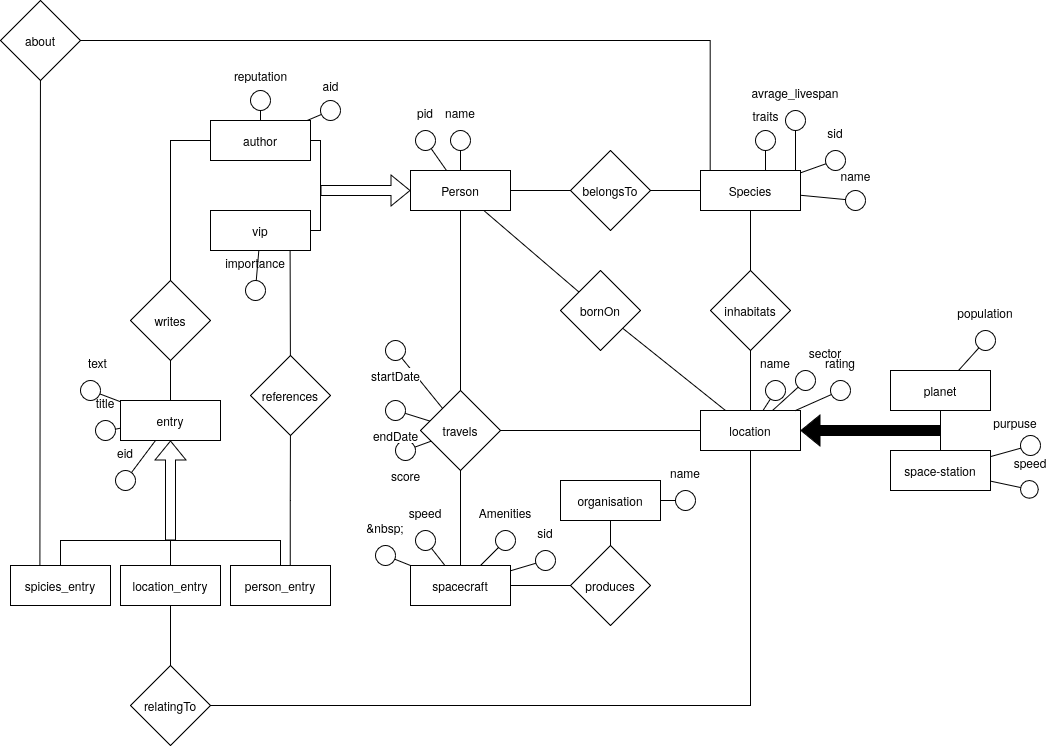
Earlier version of the draw.io export hhgttg-diagramm.drawio.png (MassimiIiano/hhgttg-db). Source tidied: cells renumbered, new cells last; positions are measured from the earlier drawing's top-left corner, leaving out a move shared by most shapes.
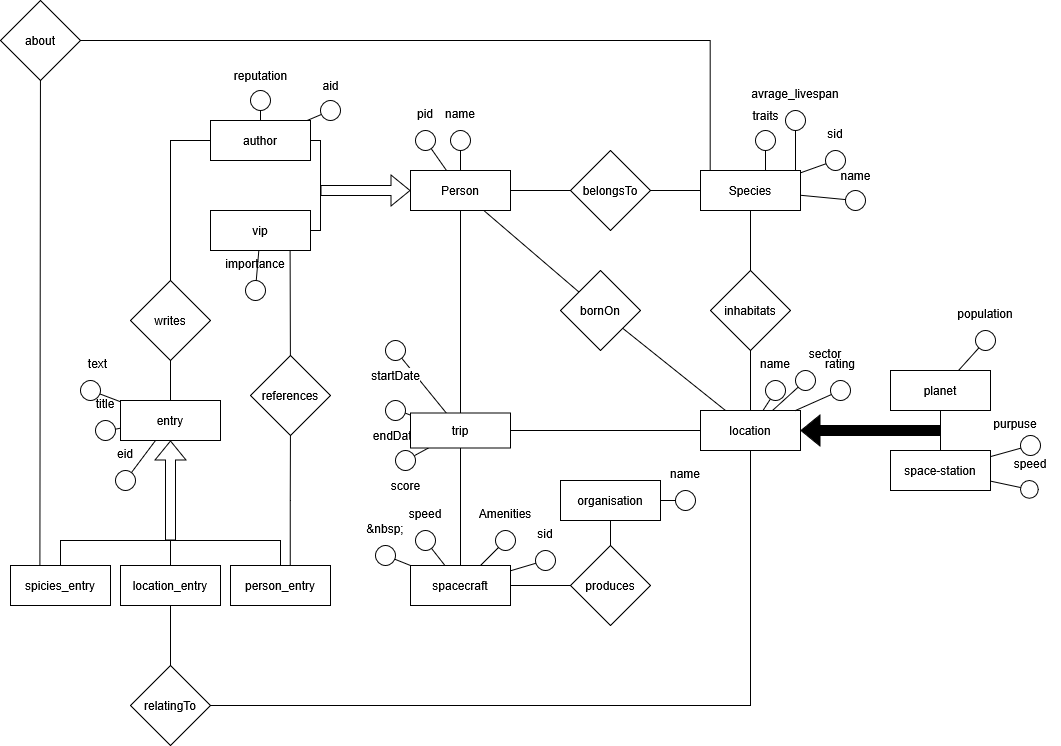
The same diagram one commit later.

Change to the diagram source:
```diff
@@ -13,7 +13,7 @@
     <mxCell id="4" style="edgeStyle=none;rounded=0;jettySize=auto;html=1;strokeColor=default;align=center;verticalAlign=middle;fontFamily=Helvetica;fontSize=12;fontColor=default;labelBackgroundColor=default;endArrow=none;endFill=0;" parent="1" edge="1" source="6" target="37">
       <mxGeometry relative="1" as="geometry" />
     </mxCell>
-    <mxCell id="5" style="edgeStyle=orthogonalEdgeStyle;rounded=0;jettySize=auto;html=1;entryX=0.5;entryY=0;entryDx=0;entryDy=0;endArrow=none;endFill=0;" parent="1" edge="1" source="6" target="51">
+    <mxCell id="5" style="edgeStyle=orthogonalEdgeStyle;rounded=0;jettySize=auto;html=1;endArrow=none;endFill=0;" parent="1" edge="1" source="6" target="135">
       <mxGeometry relative="1" as="geometry" />
     </mxCell>
     <mxCell id="6" value="Person" style="whiteSpace=wrap;html=1;align=center;rounded=0;strokeColor=default;verticalAlign=middle;fontFamily=Helvetica;fontSize=12;fontColor=default;fillColor=default;" parent="1" vertex="1">
@@ -156,19 +156,16 @@
     <mxCell id="47" value="produces" style="rhombus;whiteSpace=wrap;html=1;rounded=0;" parent="1" vertex="1">
       <mxGeometry x="570" y="545" width="80" height="80" as="geometry" />
     </mxCell>
-    <mxCell id="48" style="edgeStyle=none;rounded=0;jettySize=auto;html=1;strokeColor=default;align=center;verticalAlign=middle;fontFamily=Helvetica;fontSize=12;fontColor=default;labelBackgroundColor=default;endArrow=none;endFill=0;" parent="1" edge="1" source="49" target="51">
+    <mxCell id="48" style="edgeStyle=none;rounded=0;jettySize=auto;html=1;strokeColor=default;align=center;verticalAlign=middle;fontFamily=Helvetica;fontSize=12;fontColor=default;labelBackgroundColor=default;endArrow=none;endFill=0;" parent="1" edge="1" source="49" target="135">
       <mxGeometry relative="1" as="geometry" />
     </mxCell>
     <mxCell id="49" value="spacecraft" style="whiteSpace=wrap;html=1;align=center;rounded=0;strokeColor=default;verticalAlign=middle;fontFamily=Helvetica;fontSize=12;fontColor=default;fillColor=default;" parent="1" vertex="1">
       <mxGeometry x="410" y="565" width="100" height="40" as="geometry" />
     </mxCell>
-    <mxCell id="50" style="edgeStyle=orthogonalEdgeStyle;rounded=0;jettySize=auto;html=1;endArrow=none;endFill=0;" parent="1" edge="1" source="51" target="11">
+    <mxCell id="50" style="edgeStyle=orthogonalEdgeStyle;rounded=0;jettySize=auto;html=1;endArrow=none;endFill=0;" parent="1" edge="1" source="135" target="11">
       <mxGeometry relative="1" as="geometry" />
     </mxCell>
-    <mxCell id="51" value="travels" style="rhombus;whiteSpace=wrap;html=1;rounded=0;" parent="1" vertex="1">
-      <mxGeometry x="420" y="390" width="80" height="80" as="geometry" />
-    </mxCell>
-    <mxCell id="52" style="edgeStyle=none;rounded=0;jettySize=auto;html=1;strokeColor=default;align=center;verticalAlign=middle;fontFamily=Helvetica;fontSize=12;fontColor=default;labelBackgroundColor=default;endArrow=none;endFill=0;" parent="1" edge="1" source="129" target="51">
+    <mxCell id="52" style="edgeStyle=none;rounded=0;jettySize=auto;html=1;strokeColor=default;align=center;verticalAlign=middle;fontFamily=Helvetica;fontSize=12;fontColor=default;labelBackgroundColor=default;endArrow=none;endFill=0;" parent="1" edge="1" source="129" target="135">
       <mxGeometry relative="1" as="geometry" />
     </mxCell>
     <mxCell id="53" value="sid" style="group;" parent="1" vertex="1">
@@ -203,7 +200,7 @@
     <mxCell id="62" value="entry" style="whiteSpace=wrap;html=1;align=center;rounded=0;strokeColor=default;verticalAlign=middle;fontFamily=Helvetica;fontSize=12;fontColor=default;fillColor=default;" parent="1" vertex="1">
       <mxGeometry x="120" y="400" width="100" height="40" as="geometry" />
     </mxCell>
-    <mxCell id="63" style="edgeStyle=none;rounded=0;jettySize=auto;html=1;strokeColor=default;align=center;verticalAlign=middle;fontFamily=Helvetica;fontSize=12;fontColor=default;labelBackgroundColor=default;endArrow=none;endFill=0;" parent="1" edge="1" source="126" target="51">
+    <mxCell id="63" style="edgeStyle=none;rounded=0;jettySize=auto;html=1;strokeColor=default;align=center;verticalAlign=middle;fontFamily=Helvetica;fontSize=12;fontColor=default;labelBackgroundColor=default;endArrow=none;endFill=0;" parent="1" edge="1" source="126" target="135">
       <mxGeometry relative="1" as="geometry" />
     </mxCell>
     <mxCell id="64" value="name" style="group;" parent="1" vertex="1">
@@ -297,7 +294,7 @@
     <mxCell id="91" style="edgeStyle=none;rounded=0;jettySize=auto;html=1;strokeColor=default;align=center;verticalAlign=middle;fontFamily=Helvetica;fontSize=12;fontColor=default;labelBackgroundColor=default;endArrow=none;endFill=0;" parent="1" edge="1" source="120" target="39">
       <mxGeometry relative="1" as="geometry" />
     </mxCell>
-    <mxCell id="92" style="edgeStyle=none;rounded=0;jettySize=auto;html=1;strokeColor=default;align=center;verticalAlign=middle;fontFamily=Helvetica;fontSize=12;fontColor=default;labelBackgroundColor=default;endArrow=none;endFill=0;" parent="1" edge="1" source="123" target="51">
+    <mxCell id="92" style="edgeStyle=none;rounded=0;jettySize=auto;html=1;strokeColor=default;align=center;verticalAlign=middle;fontFamily=Helvetica;fontSize=12;fontColor=default;labelBackgroundColor=default;endArrow=none;endFill=0;" parent="1" edge="1" source="123" target="135">
       <mxGeometry relative="1" as="geometry" />
     </mxCell>
     <mxCell id="93" value="sid" style="group;" parent="1" vertex="1">
@@ -390,7 +387,7 @@
       <mxGeometry width="40" height="30" as="geometry" />
     </mxCell>
     <mxCell id="122" style="group;" parent="1" vertex="1">
-      <mxGeometry x="380" y="440" width="50" height="50" as="geometry" />
+      <mxGeometry x="380" y="450" width="50" height="50" as="geometry" />
     </mxCell>
     <mxCell id="123" style="ellipse;whiteSpace=wrap;html=1;rounded=0;strokeColor=default;align=center;verticalAlign=middle;fontFamily=Helvetica;fontSize=12;fontColor=default;labelBackgroundColor=default;fillColor=default;" parent="122" vertex="1">
       <mxGeometry x="15" width="20" height="20" as="geometry" />
@@ -428,5 +425,8 @@
     <mxCell id="134" style="rounded=0;jettySize=auto;html=1;entryX=0.5;entryY=0;entryDx=0;entryDy=0;endArrow=none;startFill=0;" parent="1" edge="1" source="132" target="39">
       <mxGeometry relative="1" as="geometry" />
     </mxCell>
+    <mxCell id="135" value="trip" style="rounded=0;whiteSpace=wrap;html=1;" parent="1" vertex="1">
+      <mxGeometry x="410" y="412.5" width="100" height="35" as="geometry" />
+    </mxCell>
   </root>
 </mxGraphModel>
```
